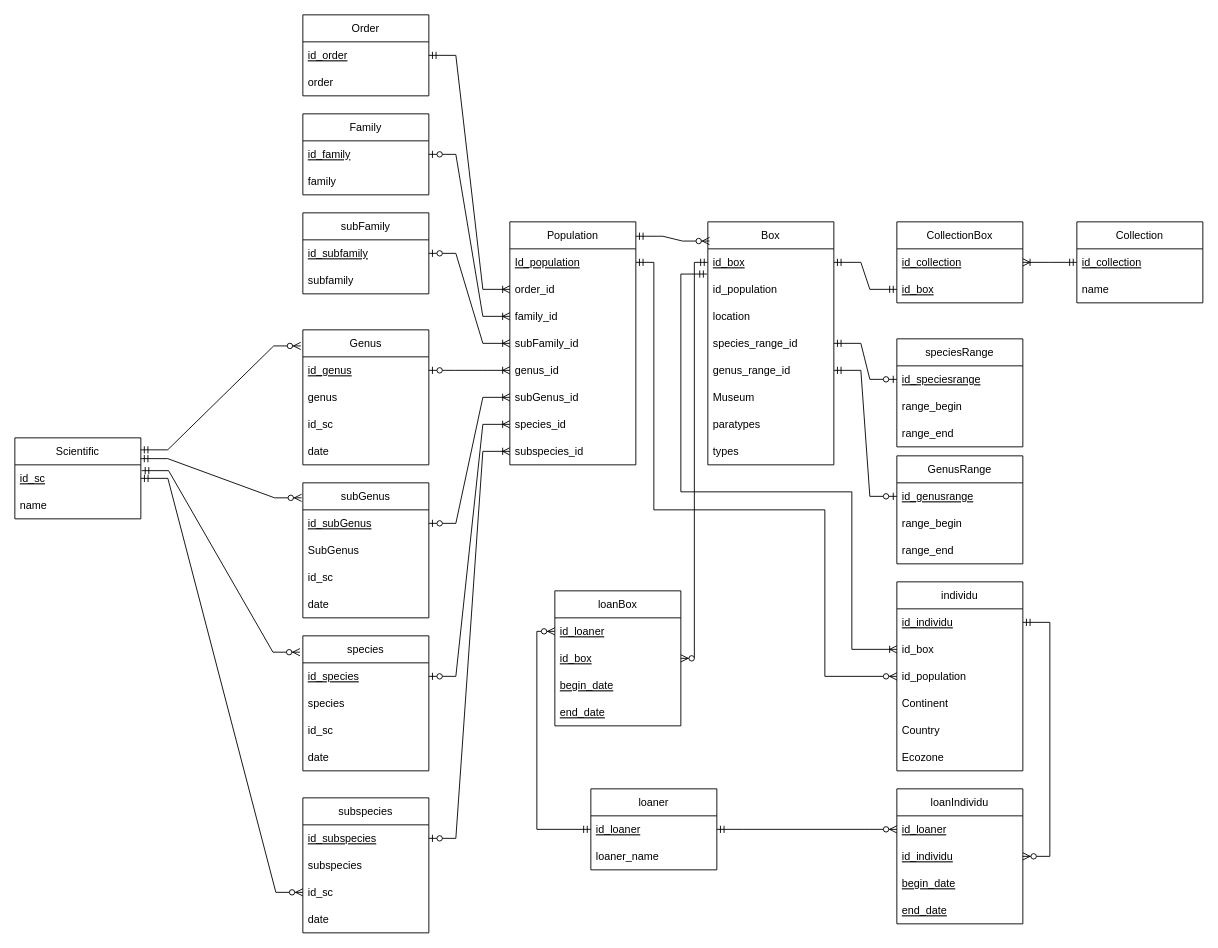
This is Diagramme/diagramme-ER-Crow.drawio from Simon13411/Memoire, a draw.io file, before an edit. Source tidied: cells renumbered, new cells numbered last; positions are measured from the earlier drawing's top-left corner, leaving out a move shared by most shapes. Both pictures are drawn from the tidied source at 90%, with x=0, y=0 at pixel (14, 14).
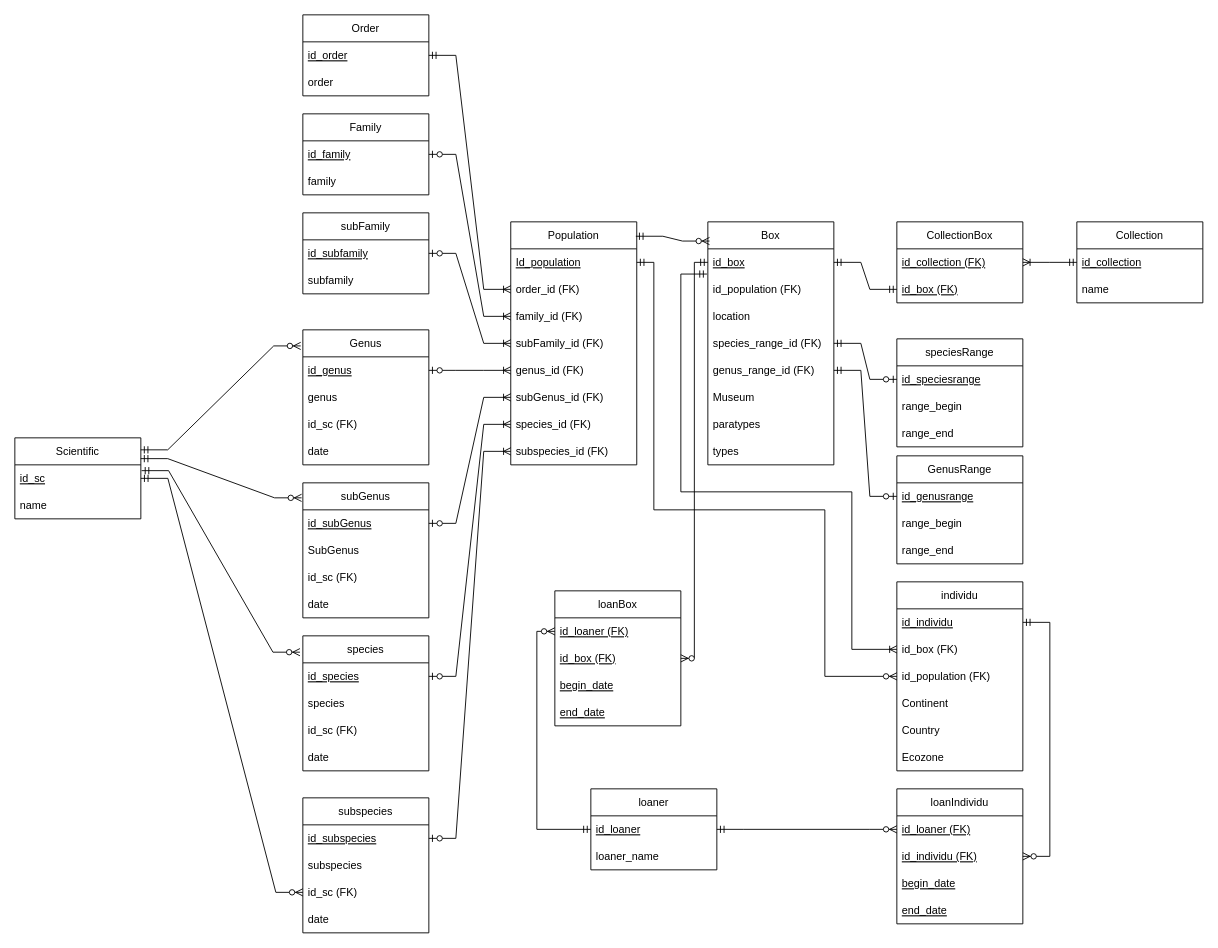
After the change.

Commit message:
ER-Crow is now logical

Unchanged cells that the change refers to:
```xml
<mxCell id="18" value="individu" style="swimlane;fontStyle=0;horizontal=1;startSize=30;" parent="1" vertex="1">
  <mxGeometry x="980" y="630" width="140" height="210" as="geometry" />
</mxCell>
<mxCell id="25" value="Box" style="swimlane;fontStyle=0;horizontal=1;startSize=30;" parent="1" vertex="1">
  <mxGeometry x="770" y="230" width="140" height="270" as="geometry" />
</mxCell>
<mxCell id="37" value="loanBox" style="swimlane;fontStyle=0;horizontal=1;startSize=30;" parent="1" vertex="1">
  <mxGeometry x="600" y="640" width="140" height="150" as="geometry" />
</mxCell>
<mxCell id="46" value="CollectionBox" style="swimlane;fontStyle=0;horizontal=1;startSize=30;" parent="1" vertex="1">
  <mxGeometry x="980" y="230" width="140" height="90" as="geometry" />
</mxCell>
<mxCell id="58" value="Genus" style="swimlane;fontStyle=0;horizontal=1;startSize=30;" parent="1" vertex="1">
  <mxGeometry x="320" y="350" width="140" height="150" as="geometry" />
</mxCell>
<mxCell id="63" value="subGenus" style="swimlane;fontStyle=0;horizontal=1;startSize=30;" parent="1" vertex="1">
  <mxGeometry x="320" y="520" width="140" height="150" as="geometry" />
</mxCell>
<mxCell id="68" value="species" style="swimlane;fontStyle=0;horizontal=1;startSize=30;" parent="1" vertex="1">
  <mxGeometry x="320" y="690" width="140" height="150" as="geometry" />
</mxCell>
<mxCell id="76" value="loanIndividu" style="swimlane;fontStyle=0;horizontal=1;startSize=30;" parent="1" vertex="1">
  <mxGeometry x="980" y="860" width="140" height="150" as="geometry" />
</mxCell>
<mxCell id="101" value="subspecies" style="swimlane;fontStyle=0;horizontal=1;startSize=30;" parent="1" vertex="1">
  <mxGeometry x="320" y="870" width="140" height="150" as="geometry" />
</mxCell>
```

What changed in the source:
```diff
@@
     <mxCell id="2" value="Population" style="swimlane;fontStyle=0;horizontal=1;startSize=30;" parent="1" vertex="1">
-      <mxGeometry x="550" y="230" width="140" height="270" as="geometry" />
+      <mxGeometry x="551" y="230" width="140" height="270" as="geometry" />
     </mxCell>
@@
-    <mxCell id="4" value="order_id" style="text;strokeColor=none;fillColor=none;align=left;verticalAlign=middle;spacingLeft=4;spacingRight=4;overflow=hidden;points=[[0,0.5],[1,0.5]];portConstraint=eastwest;" parent="2" vertex="1">
+    <mxCell id="4" value="order_id (FK)" style="text;strokeColor=none;fillColor=none;align=left;verticalAlign=middle;spacingLeft=4;spacingRight=4;overflow=hidden;points=[[0,0.5],[1,0.5]];portConstraint=eastwest;" parent="2" vertex="1">
       <mxGeometry y="60" width="140" height="30" as="geometry" />
     </mxCell>
-    <mxCell id="5" value="family_id" style="text;strokeColor=none;fillColor=none;align=left;verticalAlign=middle;spacingLeft=4;spacingRight=4;overflow=hidden;points=[[0,0.5],[1,0.5]];portConstraint=eastwest;" parent="2" vertex="1">
+    <mxCell id="5" value="family_id (FK)" style="text;strokeColor=none;fillColor=none;align=left;verticalAlign=middle;spacingLeft=4;spacingRight=4;overflow=hidden;points=[[0,0.5],[1,0.5]];portConstraint=eastwest;" parent="2" vertex="1">
       <mxGeometry y="90" width="140" height="30" as="geometry" />
     </mxCell>
-    <mxCell id="6" value="subFamily_id" style="text;strokeColor=none;fillColor=none;align=left;verticalAlign=middle;spacingLeft=4;spacingRight=4;overflow=hidden;points=[[0,0.5],[1,0.5]];portConstraint=eastwest;" parent="2" vertex="1">
+    <mxCell id="6" value="subFamily_id (FK)" style="text;strokeColor=none;fillColor=none;align=left;verticalAlign=middle;spacingLeft=4;spacingRight=4;overflow=hidden;points=[[0,0.5],[1,0.5]];portConstraint=eastwest;" parent="2" vertex="1">
       <mxGeometry y="120" width="140" height="30" as="geometry" />
     </mxCell>
-    <mxCell id="7" value="genus_id" style="text;strokeColor=none;fillColor=none;align=left;verticalAlign=middle;spacingLeft=4;spacingRight=4;overflow=hidden;points=[[0,0.5],[1,0.5]];portConstraint=eastwest;" parent="2" vertex="1">
+    <mxCell id="7" value="genus_id (FK)" style="text;strokeColor=none;fillColor=none;align=left;verticalAlign=middle;spacingLeft=4;spacingRight=4;overflow=hidden;points=[[0,0.5],[1,0.5]];portConstraint=eastwest;" parent="2" vertex="1">
       <mxGeometry y="150" width="140" height="30" as="geometry" />
     </mxCell>
-    <mxCell id="8" value="subGenus_id" style="text;strokeColor=none;fillColor=none;align=left;verticalAlign=middle;spacingLeft=4;spacingRight=4;overflow=hidden;points=[[0,0.5],[1,0.5]];portConstraint=eastwest;" parent="2" vertex="1">
+    <mxCell id="8" value="subGenus_id (FK)" style="text;strokeColor=none;fillColor=none;align=left;verticalAlign=middle;spacingLeft=4;spacingRight=4;overflow=hidden;points=[[0,0.5],[1,0.5]];portConstraint=eastwest;" parent="2" vertex="1">
       <mxGeometry y="180" width="140" height="30" as="geometry" />
     </mxCell>
-    <mxCell id="9" value="species_id" style="text;strokeColor=none;fillColor=none;align=left;verticalAlign=middle;spacingLeft=4;spacingRight=4;overflow=hidden;points=[[0,0.5],[1,0.5]];portConstraint=eastwest;" parent="2" vertex="1">
+    <mxCell id="9" value="species_id (FK)" style="text;strokeColor=none;fillColor=none;align=left;verticalAlign=middle;spacingLeft=4;spacingRight=4;overflow=hidden;points=[[0,0.5],[1,0.5]];portConstraint=eastwest;" parent="2" vertex="1">
       <mxGeometry y="210" width="140" height="30" as="geometry" />
     </mxCell>
-    <mxCell id="10" value="subspecies_id" style="text;strokeColor=none;fillColor=none;align=left;verticalAlign=middle;spacingLeft=4;spacingRight=4;overflow=hidden;points=[[0,0.5],[1,0.5]];portConstraint=eastwest;" parent="2" vertex="1">
+    <mxCell id="10" value="subspecies_id (FK)" style="text;strokeColor=none;fillColor=none;align=left;verticalAlign=middle;spacingLeft=4;spacingRight=4;overflow=hidden;points=[[0,0.5],[1,0.5]];portConstraint=eastwest;" parent="2" vertex="1">
       <mxGeometry y="240" width="140" height="30" as="geometry" />
     </mxCell>
@@
-    <mxCell id="20" value="id_box" style="text;strokeColor=none;fillColor=none;align=left;verticalAlign=middle;spacingLeft=4;spacingRight=4;overflow=hidden;points=[[0,0.5],[1,0.5]];portConstraint=eastwest;" parent="18" vertex="1">
+    <mxCell id="20" value="id_box (FK)" style="text;strokeColor=none;fillColor=none;align=left;verticalAlign=middle;spacingLeft=4;spacingRight=4;overflow=hidden;points=[[0,0.5],[1,0.5]];portConstraint=eastwest;" parent="18" vertex="1">
       <mxGeometry y="60" width="140" height="30" as="geometry" />
     </mxCell>
-    <mxCell id="21" value="id_population" style="text;strokeColor=none;fillColor=none;align=left;verticalAlign=middle;spacingLeft=4;spacingRight=4;overflow=hidden;points=[[0,0.5],[1,0.5]];portConstraint=eastwest;" parent="18" vertex="1">
+    <mxCell id="21" value="id_population (FK)" style="text;strokeColor=none;fillColor=none;align=left;verticalAlign=middle;spacingLeft=4;spacingRight=4;overflow=hidden;points=[[0,0.5],[1,0.5]];portConstraint=eastwest;" parent="18" vertex="1">
       <mxGeometry y="90" width="140" height="30" as="geometry" />
     </mxCell>
@@
-    <mxCell id="27" value="id_population" style="text;strokeColor=none;fillColor=none;align=left;verticalAlign=middle;spacingLeft=4;spacingRight=4;overflow=hidden;fontStyle=0;" parent="25" vertex="1">
+    <mxCell id="27" value="id_population (FK)" style="text;strokeColor=none;fillColor=none;align=left;verticalAlign=middle;spacingLeft=4;spacingRight=4;overflow=hidden;fontStyle=0;" parent="25" vertex="1">
       <mxGeometry y="60" width="140" height="30" as="geometry" />
     </mxCell>
@@
-    <mxCell id="29" value="species_range_id" style="text;strokeColor=none;fillColor=none;align=left;verticalAlign=middle;spacingLeft=4;spacingRight=4;overflow=hidden;points=[[0,0.5],[1,0.5]];portConstraint=eastwest;" parent="25" vertex="1">
+    <mxCell id="29" value="species_range_id (FK)" style="text;strokeColor=none;fillColor=none;align=left;verticalAlign=middle;spacingLeft=4;spacingRight=4;overflow=hidden;points=[[0,0.5],[1,0.5]];portConstraint=eastwest;" parent="25" vertex="1">
       <mxGeometry y="120" width="140" height="30" as="geometry" />
     </mxCell>
-    <mxCell id="30" value="genus_range_id" style="text;strokeColor=none;fillColor=none;align=left;verticalAlign=middle;spacingLeft=4;spacingRight=4;overflow=hidden;points=[[0,0.5],[1,0.5]];portConstraint=eastwest;" parent="25" vertex="1">
+    <mxCell id="30" value="genus_range_id (FK)" style="text;strokeColor=none;fillColor=none;align=left;verticalAlign=middle;spacingLeft=4;spacingRight=4;overflow=hidden;points=[[0,0.5],[1,0.5]];portConstraint=eastwest;" parent="25" vertex="1">
       <mxGeometry y="150" width="140" height="30" as="geometry" />
     </mxCell>
@@
-    <mxCell id="38" value="id_loaner" style="text;strokeColor=none;fillColor=none;align=left;verticalAlign=middle;spacingLeft=4;spacingRight=4;overflow=hidden;points=[[0,0.5],[1,0.5]];portConstraint=eastwest;fontStyle=4;" parent="37" vertex="1">
+    <mxCell id="38" value="id_loaner (FK)" style="text;strokeColor=none;fillColor=none;align=left;verticalAlign=middle;spacingLeft=4;spacingRight=4;overflow=hidden;points=[[0,0.5],[1,0.5]];portConstraint=eastwest;fontStyle=4;" parent="37" vertex="1">
       <mxGeometry y="30" width="140" height="30" as="geometry" />
     </mxCell>
-    <mxCell id="39" value="id_box" style="text;strokeColor=none;fillColor=none;align=left;verticalAlign=middle;spacingLeft=4;spacingRight=4;overflow=hidden;points=[[0,0.5],[1,0.5]];portConstraint=eastwest;fontStyle=4;" parent="37" vertex="1">
+    <mxCell id="39" value="id_box (FK)" style="text;strokeColor=none;fillColor=none;align=left;verticalAlign=middle;spacingLeft=4;spacingRight=4;overflow=hidden;points=[[0,0.5],[1,0.5]];portConstraint=eastwest;fontStyle=4;" parent="37" vertex="1">
       <mxGeometry y="60" width="140" height="30" as="geometry" />
     </mxCell>
@@
-    <mxCell id="47" value="id_collection" style="text;strokeColor=none;fillColor=none;align=left;verticalAlign=middle;spacingLeft=4;spacingRight=4;overflow=hidden;points=[[0,0.5],[1,0.5]];portConstraint=eastwest;fontStyle=4;" parent="46" vertex="1">
+    <mxCell id="47" value="id_collection (FK)" style="text;strokeColor=none;fillColor=none;align=left;verticalAlign=middle;spacingLeft=4;spacingRight=4;overflow=hidden;points=[[0,0.5],[1,0.5]];portConstraint=eastwest;fontStyle=4;" parent="46" vertex="1">
       <mxGeometry y="30" width="140" height="30" as="geometry" />
     </mxCell>
-    <mxCell id="48" value="id_box" style="text;strokeColor=none;fillColor=none;align=left;verticalAlign=middle;spacingLeft=4;spacingRight=4;overflow=hidden;points=[[0,0.5],[1,0.5]];portConstraint=eastwest;fontStyle=4;" parent="46" vertex="1">
+    <mxCell id="48" value="id_box (FK)" style="text;strokeColor=none;fillColor=none;align=left;verticalAlign=middle;spacingLeft=4;spacingRight=4;overflow=hidden;points=[[0,0.5],[1,0.5]];portConstraint=eastwest;fontStyle=4;" parent="46" vertex="1">
       <mxGeometry y="60" width="140" height="30" as="geometry" />
     </mxCell>
@@
-    <mxCell id="61" value="id_sc" style="text;strokeColor=none;fillColor=none;align=left;verticalAlign=middle;spacingLeft=4;spacingRight=4;overflow=hidden;fontStyle=0;" parent="58" vertex="1">
+    <mxCell id="61" value="id_sc (FK)" style="text;strokeColor=none;fillColor=none;align=left;verticalAlign=middle;spacingLeft=4;spacingRight=4;overflow=hidden;fontStyle=0;" parent="58" vertex="1">
       <mxGeometry y="90" width="140" height="30" as="geometry" />
     </mxCell>
@@
-    <mxCell id="66" value="id_sc" style="text;strokeColor=none;fillColor=none;align=left;verticalAlign=middle;spacingLeft=4;spacingRight=4;overflow=hidden;fontStyle=0;" parent="63" vertex="1">
+    <mxCell id="66" value="id_sc (FK)" style="text;strokeColor=none;fillColor=none;align=left;verticalAlign=middle;spacingLeft=4;spacingRight=4;overflow=hidden;fontStyle=0;" parent="63" vertex="1">
       <mxGeometry y="90" width="140" height="30" as="geometry" />
     </mxCell>
@@
-    <mxCell id="71" value="id_sc" style="text;strokeColor=none;fillColor=none;align=left;verticalAlign=middle;spacingLeft=4;spacingRight=4;overflow=hidden;fontStyle=0;" parent="68" vertex="1">
+    <mxCell id="71" value="id_sc (FK)" style="text;strokeColor=none;fillColor=none;align=left;verticalAlign=middle;spacingLeft=4;spacingRight=4;overflow=hidden;fontStyle=0;" parent="68" vertex="1">
       <mxGeometry y="90" width="140" height="30" as="geometry" />
     </mxCell>
@@
-    <mxCell id="77" value="id_loaner" style="text;strokeColor=none;fillColor=none;align=left;verticalAlign=middle;spacingLeft=4;spacingRight=4;overflow=hidden;points=[[0,0.5],[1,0.5]];portConstraint=eastwest;fontStyle=4;" parent="76" vertex="1">
+    <mxCell id="77" value="id_loaner (FK)" style="text;strokeColor=none;fillColor=none;align=left;verticalAlign=middle;spacingLeft=4;spacingRight=4;overflow=hidden;points=[[0,0.5],[1,0.5]];portConstraint=eastwest;fontStyle=4;" parent="76" vertex="1">
       <mxGeometry y="30" width="140" height="30" as="geometry" />
     </mxCell>
-    <mxCell id="78" value="id_individu" style="text;strokeColor=none;fillColor=none;align=left;verticalAlign=middle;spacingLeft=4;spacingRight=4;overflow=hidden;points=[[0,0.5],[1,0.5]];portConstraint=eastwest;fontStyle=4;" parent="76" vertex="1">
+    <mxCell id="78" value="id_individu (FK)" style="text;strokeColor=none;fillColor=none;align=left;verticalAlign=middle;spacingLeft=4;spacingRight=4;overflow=hidden;points=[[0,0.5],[1,0.5]];portConstraint=eastwest;fontStyle=4;" parent="76" vertex="1">
       <mxGeometry y="60" width="140" height="30" as="geometry" />
     </mxCell>
@@
-    <mxCell id="104" value="id_sc" style="text;strokeColor=none;fillColor=none;align=left;verticalAlign=middle;spacingLeft=4;spacingRight=4;overflow=hidden;points=[[0,0.5],[1,0.5]];portConstraint=eastwest;fontStyle=0;" parent="101" vertex="1">
+    <mxCell id="104" value="id_sc (FK)" style="text;strokeColor=none;fillColor=none;align=left;verticalAlign=middle;spacingLeft=4;spacingRight=4;overflow=hidden;points=[[0,0.5],[1,0.5]];portConstraint=eastwest;fontStyle=0;" parent="101" vertex="1">
       <mxGeometry y="90" width="140" height="30" as="geometry" />
     </mxCell>
```
